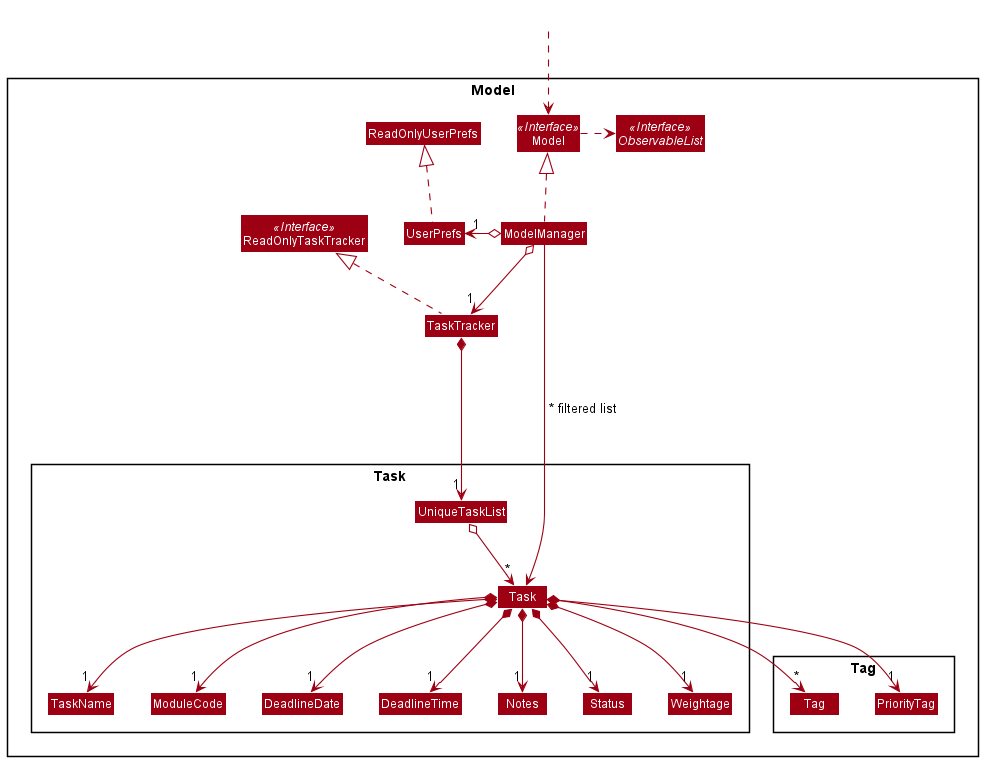
nus-cs2103-AY2021S2/tp keeps this PlantUML diagram as docs/images/ModelClassDiagram.png. Above is the earlier version.
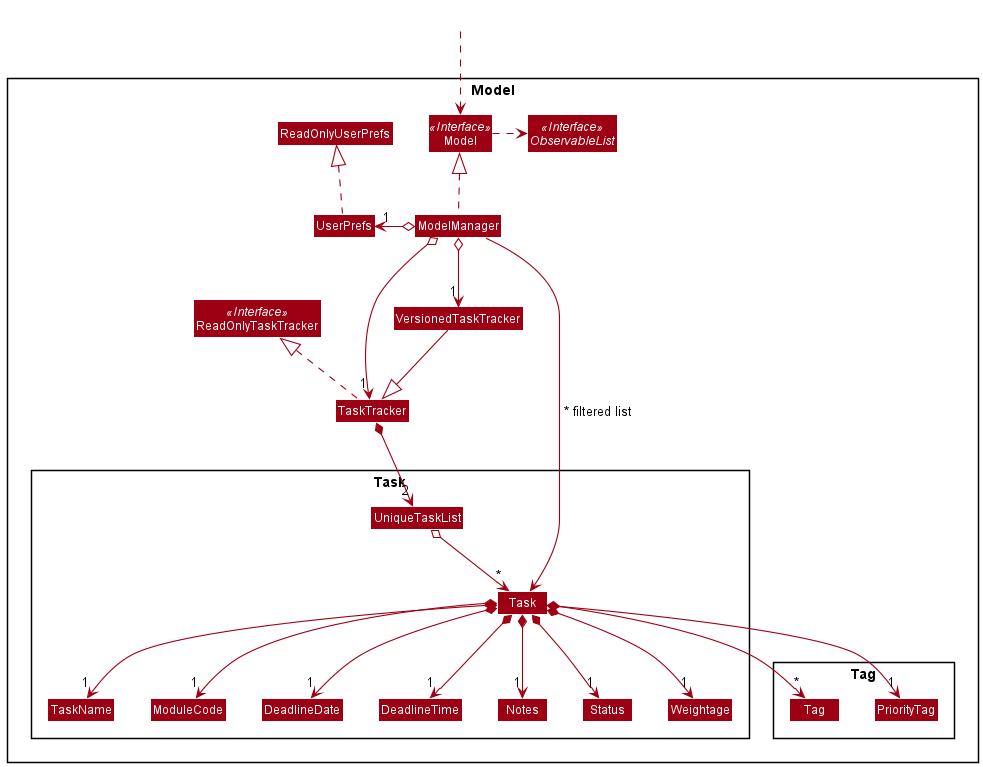
After the commit.

Change to the diagram source:
```diff
@@ -14,6 +14,7 @@
 Class ModelManager
 Class UserPrefs
 Class ReadOnlyUserPrefs
+Class VersionedTaskTracker
 
 Package Task {
 Class Task
@@ -41,10 +42,12 @@
 ModelManager .up.|> Model
 Model .right.> ObservableList
 ModelManager o--> "1" TaskTracker
+ModelManager o--> "1" VersionedTaskTracker
+VersionedTaskTracker --|> TaskTracker
 ModelManager o-left-> "1" UserPrefs
 UserPrefs .up.|> ReadOnlyUserPrefs
 
-TaskTracker *--> "1" UniqueTaskList
+TaskTracker *--> "2" UniqueTaskList
 UniqueTaskList o--> "*" Task
 Task *--> "1" TaskName
 Task *--> "1" ModuleCode
```
